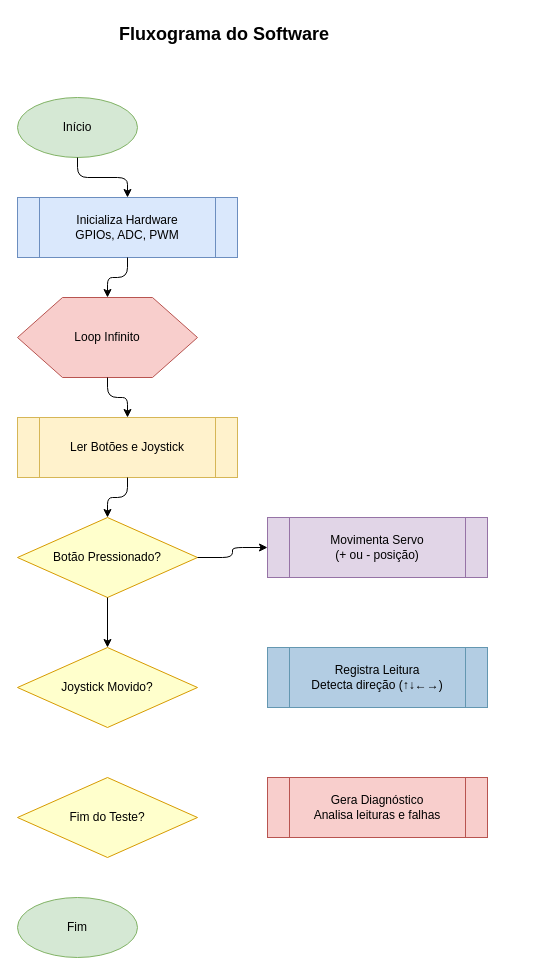
tcpsilva/IFMA_SE_TCPSILVA keeps this draw.io diagram as hardexamopt.drawio. Above is the earlier version. Source tidied: cells renumbered, new cells numbered last; positions are measured from the earlier drawing's top-left corner, leaving out a move shared by most shapes. Both pictures are drawn from the tidied source at 100%, with x=0, y=0 at pixel (17, 17).
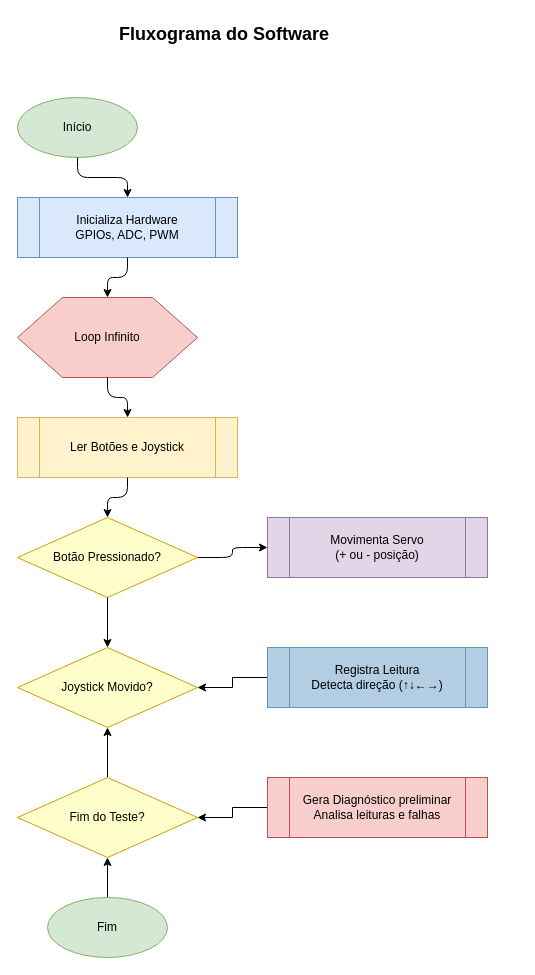
After the change.

The change refers to these unchanged cells:
```xml
<mxCell id="9" value="Joystick Movido?" style="rhombus;whiteSpace=wrap;html=1;fillColor=#ffffcc;strokeColor=#d79b00;" parent="1" vertex="1">
  <mxGeometry y="630" width="180" height="80" as="geometry" />
</mxCell>
<mxCell id="10" value="Registra Leitura&#10;Detecta direção (↑↓←→)" style="shape=process;whiteSpace=wrap;html=1;fillColor=#b3cde3;strokeColor=#6497b1;" parent="1" vertex="1">
  <mxGeometry x="250" y="630" width="220" height="60" as="geometry" />
</mxCell>
<mxCell id="11" value="Fim do Teste?" style="rhombus;whiteSpace=wrap;html=1;fillColor=#ffffcc;strokeColor=#d79b00;" parent="1" vertex="1">
  <mxGeometry y="760" width="180" height="80" as="geometry" />
</mxCell>
```

What changed in the source:
```diff
@@
+    <mxCell id="20" style="edgeStyle=orthogonalEdgeStyle;rounded=0;jettySize=auto;html=1;" parent="1" edge="1" source="10" target="9">
+      <mxGeometry relative="1" as="geometry" />
+    </mxCell>
@@
+    <mxCell id="21" style="edgeStyle=orthogonalEdgeStyle;rounded=0;jettySize=auto;html=1;" parent="1" edge="1" source="11" target="9">
+      <mxGeometry relative="1" as="geometry" />
+    </mxCell>
@@
+    <mxCell id="22" style="edgeStyle=orthogonalEdgeStyle;rounded=0;jettySize=auto;html=1;" parent="1" edge="1" source="12" target="11">
+      <mxGeometry relative="1" as="geometry" />
+    </mxCell>
-    <mxCell id="12" value="Gera Diagnóstico&#10;Analisa leituras e falhas" style="shape=process;whiteSpace=wrap;html=1;fillColor=#f8cecc;strokeColor=#b85450;" parent="1" vertex="1">
+    <mxCell id="12" value="Gera Diagnóstico preliminar&lt;br&gt;Analisa leituras e falhas" style="shape=process;whiteSpace=wrap;html=1;fillColor=#f8cecc;strokeColor=#b85450;" parent="1" vertex="1">
       <mxGeometry x="250" y="760" width="220" height="60" as="geometry" />
     </mxCell>
+    <mxCell id="23" style="edgeStyle=orthogonalEdgeStyle;rounded=0;jettySize=auto;html=1;" parent="1" edge="1" source="13" target="11">
+      <mxGeometry relative="1" as="geometry" />
+    </mxCell>
     <mxCell id="13" value="Fim" style="ellipse;whiteSpace=wrap;html=1;fillColor=#d5e8d4;strokeColor=#82b366;" parent="1" vertex="1">
-      <mxGeometry y="880" width="120" height="60" as="geometry" />
+      <mxGeometry x="30" y="880" width="120" height="60" as="geometry" />
     </mxCell>
```
